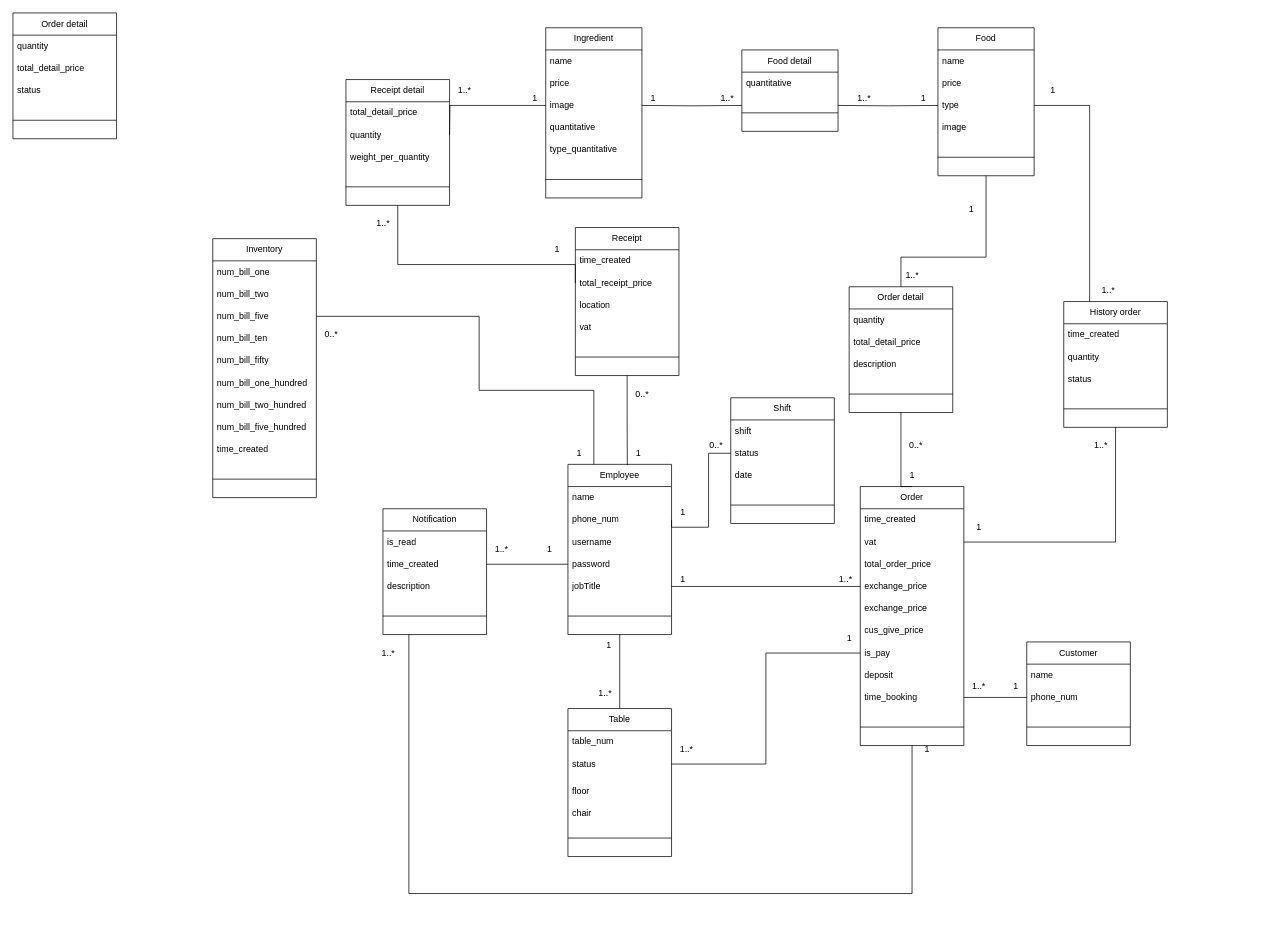
Before: class-diagram.drawio in MaiNhatHoangY2001/HLFood, a draw.io diagram. Source tidied: cells renumbered, new cells numbered last; positions are measured from the earlier drawing's top-left corner, leaving out a move shared by most shapes. Both pictures are drawn from the tidied source at 74%, with x=0, y=0 at pixel (13, 13).
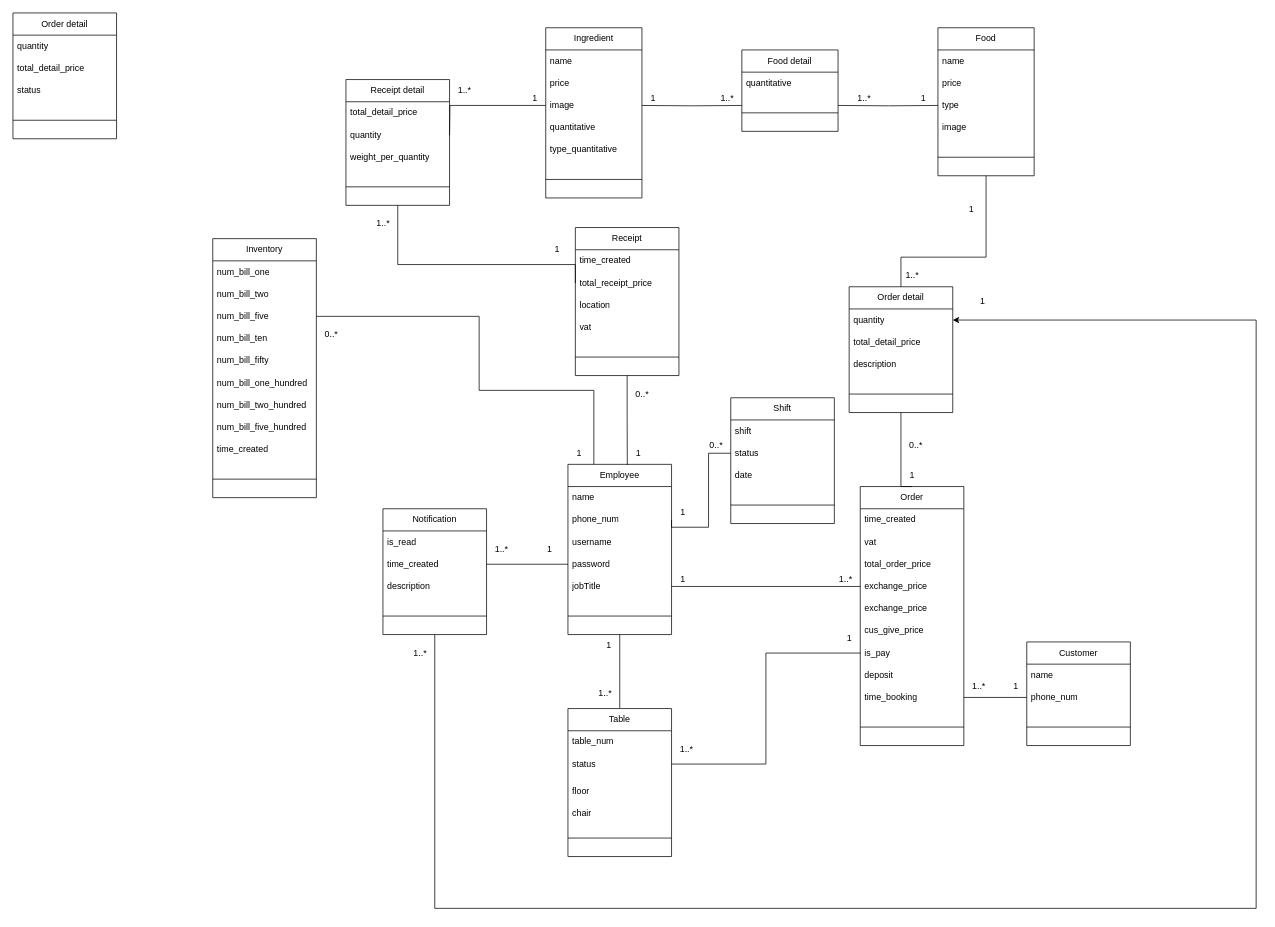
After the change.

Commit message:
Cập nhật class-diagram.drawio

The change refers to these unchanged cells:
```xml
<mxCell id="12" value="type" style="text;strokeColor=none;fillColor=none;align=left;verticalAlign=middle;spacingLeft=4;spacingRight=4;overflow=hidden;points=[[0,0.5],[1,0.5]];portConstraint=eastwest;whiteSpace=wrap;html=1;" parent="9" vertex="1">
  <mxGeometry y="90" width="130" height="30" as="geometry" />
</mxCell>
<mxCell id="15" value="Order" style="swimlane;fontStyle=0;horizontal=1;startSize=30;whiteSpace=wrap;html=1;" parent="1" vertex="1">
  <mxGeometry x="1145" y="640" width="140" height="350" as="geometry" />
</mxCell>
<mxCell id="17" value="vat" style="text;strokeColor=none;fillColor=none;align=left;verticalAlign=middle;spacingLeft=4;spacingRight=4;overflow=hidden;points=[[0,0.5],[1,0.5]];portConstraint=eastwest;whiteSpace=wrap;html=1;" parent="15" vertex="1">
  <mxGeometry y="60" width="140" height="30" as="geometry" />
</mxCell>
<mxCell id="27" value="quantity" style="text;strokeColor=none;fillColor=none;align=left;verticalAlign=middle;spacingLeft=4;spacingRight=4;overflow=hidden;points=[[0,0.5],[1,0.5]];portConstraint=eastwest;whiteSpace=wrap;html=1;" parent="26" vertex="1">
  <mxGeometry y="30" width="140" height="30" as="geometry" />
</mxCell>
<mxCell id="123" value="Notification" style="swimlane;fontStyle=0;horizontal=1;startSize=30;whiteSpace=wrap;html=1;" parent="1" vertex="1">
  <mxGeometry x="500" y="670" width="140" height="170" as="geometry" />
</mxCell>
```

What changed in the source:
```diff
@@
-    <mxCell id="98" style="edgeStyle=orthogonalEdgeStyle;rounded=0;jettySize=auto;html=1;exitX=0.5;exitY=1;exitDx=0;exitDy=0;entryX=1;entryY=0.5;entryDx=0;entryDy=0;endArrow=none;endFill=0;" parent="1" edge="1" source="100" target="17">
-      <mxGeometry relative="1" as="geometry" />
-    </mxCell>
-    <mxCell id="99" style="edgeStyle=orthogonalEdgeStyle;rounded=0;jettySize=auto;html=1;exitX=0.25;exitY=0;exitDx=0;exitDy=0;entryX=1;entryY=0.5;entryDx=0;entryDy=0;endArrow=none;endFill=0;" parent="1" edge="1" source="100" target="12">
-      <mxGeometry relative="1" as="geometry" />
-    </mxCell>
-    <mxCell id="100" value="History order" style="swimlane;fontStyle=0;horizontal=1;startSize=30;whiteSpace=wrap;html=1;" parent="1" vertex="1">
-      <mxGeometry x="1420" y="390" width="140" height="170" as="geometry" />
-    </mxCell>
-    <mxCell id="101" value="time_created" style="text;strokeColor=none;fillColor=none;align=left;verticalAlign=middle;spacingLeft=4;spacingRight=4;overflow=hidden;whiteSpace=wrap;html=1;" parent="100" vertex="1">
-      <mxGeometry y="30" width="140" height="30" as="geometry" />
-    </mxCell>
-    <mxCell id="102" value="quantity" style="text;strokeColor=none;fillColor=none;align=left;verticalAlign=middle;spacingLeft=4;spacingRight=4;overflow=hidden;whiteSpace=wrap;html=1;" parent="100" vertex="1">
-      <mxGeometry y="60" width="140" height="30" as="geometry" />
-    </mxCell>
-    <mxCell id="103" value="status" style="text;strokeColor=none;fillColor=none;align=left;verticalAlign=middle;spacingLeft=4;spacingRight=4;overflow=hidden;whiteSpace=wrap;html=1;" parent="100" vertex="1">
-      <mxGeometry y="90" width="140" height="30" as="geometry" />
-    </mxCell>
-    <mxCell id="104" style="line;html=1;strokeWidth=1;align=left;verticalAlign=middle;spacingTop=-1;spacingLeft=3;spacingRight=3;labelPosition=right;" parent="100" vertex="1">
-      <mxGeometry y="120" width="140" height="50" as="geometry" />
-    </mxCell>
-    <mxCell id="105" value="1" style="text;html=1;align=center;verticalAlign=middle;strokeColor=none;fillColor=none;" parent="1" vertex="1">
-      <mxGeometry x="1390" y="90" width="30" height="30" as="geometry" />
-    </mxCell>
-    <mxCell id="106" value="1..*" style="text;html=1;align=center;verticalAlign=middle;strokeColor=none;fillColor=none;" parent="1" vertex="1">
-      <mxGeometry x="1460" y="360" width="40" height="30" as="geometry" />
-    </mxCell>
-    <mxCell id="107" value="1" style="text;html=1;align=center;verticalAlign=middle;strokeColor=none;fillColor=none;" parent="1" vertex="1">
-      <mxGeometry x="1290" y="680" width="30" height="30" as="geometry" />
-    </mxCell>
@@
-    <mxCell id="122" style="edgeStyle=orthogonalEdgeStyle;rounded=0;jettySize=auto;html=1;exitX=0.25;exitY=1;exitDx=0;exitDy=0;entryX=0.5;entryY=1;entryDx=0;entryDy=0;endArrow=none;endFill=0;" parent="1" edge="1" source="123" target="15">
-      <mxGeometry relative="1" as="geometry">
-        <Array as="points">
-          <mxPoint x="535" y="1190" />
-          <mxPoint x="1215" y="1190" />
-        </Array>
-      </mxGeometry>
-    </mxCell>
+    <mxCell id="144" style="edgeStyle=orthogonalEdgeStyle;rounded=0;jettySize=auto;html=1;exitX=0.5;exitY=1;exitDx=0;exitDy=0;entryX=1;entryY=0.5;entryDx=0;entryDy=0;" parent="1" edge="1" source="123" target="27">
+      <mxGeometry relative="1" as="geometry">
+        <Array as="points">
+          <mxPoint x="570" y="1210" />
+          <mxPoint x="1680" y="1210" />
+          <mxPoint x="1680" y="415" />
+        </Array>
+      </mxGeometry>
+    </mxCell>
@@
-    <mxCell id="128" value="1..*" style="text;html=1;align=center;verticalAlign=middle;strokeColor=none;fillColor=none;" parent="1" vertex="1">
-      <mxGeometry x="1450" y="570" width="40" height="30" as="geometry" />
-    </mxCell>
@@
     <mxCell id="139" value="1" style="text;html=1;align=center;verticalAlign=middle;strokeColor=none;fillColor=none;" parent="1" vertex="1">
-      <mxGeometry x="1220" y="980" width="30" height="30" as="geometry" />
+      <mxGeometry x="1295" y="375" width="30" height="30" as="geometry" />
     </mxCell>
@@
     <mxCell id="142" value="1..*" style="text;html=1;align=center;verticalAlign=middle;strokeColor=none;fillColor=none;" parent="1" vertex="1">
-      <mxGeometry x="487" y="850" width="40" height="30" as="geometry" />
+      <mxGeometry x="530" y="850" width="40" height="30" as="geometry" />
     </mxCell>
```
